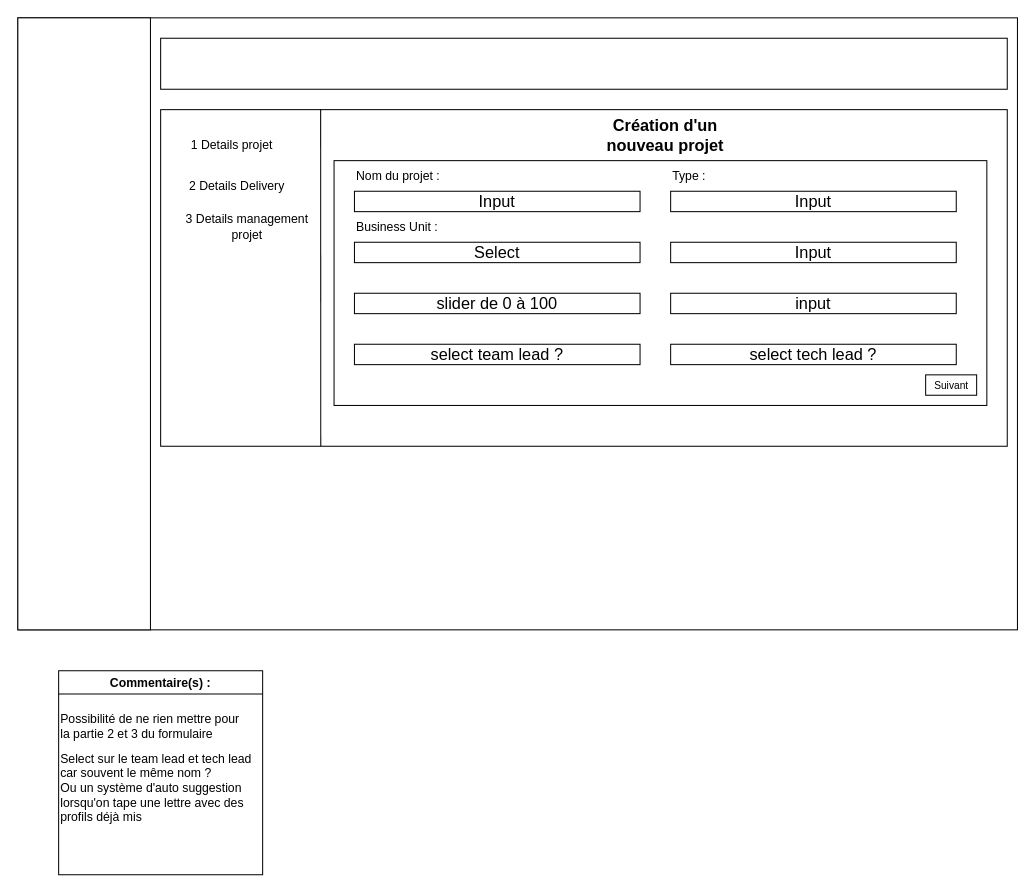
Before: page "Ajout projet form" (1 of 5) of Untitled Diagram.drawio in Xurama/Test, a draw.io diagram. Source tidied: cells renumbered, new cells numbered last; positions are measured from the earlier drawing's top-left corner, leaving out a move shared by most shapes. Both pictures are drawn from the tidied source at 102%, with x=0, y=0 at pixel (17, 17).
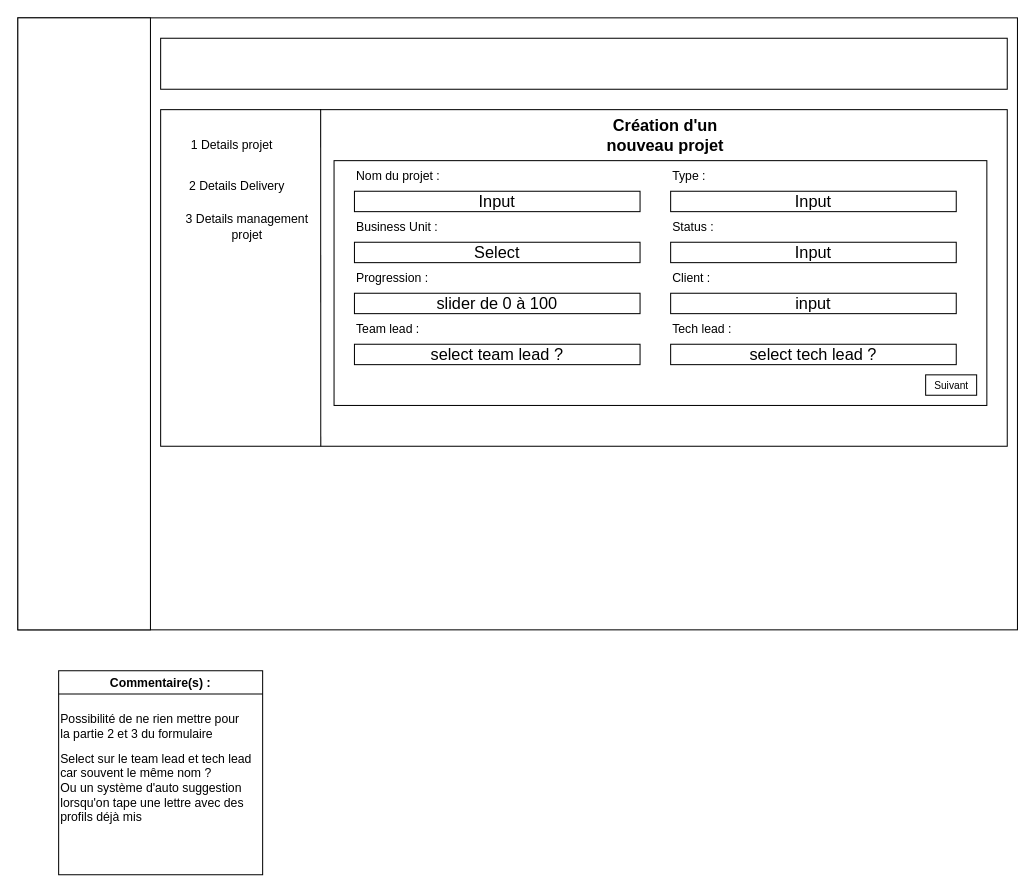
The same page after the edit.

Commit message:
Ajout projet + delivery

Change to the diagram source:
```diff
@@
+    <mxCell id="28" value="Status :" style="text;html=1;strokeColor=none;fillColor=none;align=left;verticalAlign=middle;whiteSpace=wrap;rounded=0;fontSize=12;" parent="1" vertex="1">
+      <mxGeometry x="640" y="190" width="90" height="30" as="geometry" />
+    </mxCell>
+    <mxCell id="29" value="Progression :" style="text;html=1;strokeColor=none;fillColor=none;align=left;verticalAlign=middle;whiteSpace=wrap;rounded=0;fontSize=12;" parent="1" vertex="1">
+      <mxGeometry x="330" y="240" width="90" height="30" as="geometry" />
+    </mxCell>
+    <mxCell id="30" value="Client :" style="text;html=1;strokeColor=none;fillColor=none;align=left;verticalAlign=middle;whiteSpace=wrap;rounded=0;fontSize=12;" parent="1" vertex="1">
+      <mxGeometry x="640" y="240" width="90" height="30" as="geometry" />
+    </mxCell>
+    <mxCell id="31" value="Team lead :" style="text;html=1;strokeColor=none;fillColor=none;align=left;verticalAlign=middle;whiteSpace=wrap;rounded=0;fontSize=12;" parent="1" vertex="1">
+      <mxGeometry x="330" y="290" width="90" height="30" as="geometry" />
+    </mxCell>
+    <mxCell id="32" value="Tech lead :" style="text;html=1;strokeColor=none;fillColor=none;align=left;verticalAlign=middle;whiteSpace=wrap;rounded=0;fontSize=12;" parent="1" vertex="1">
+      <mxGeometry x="640" y="290" width="90" height="30" as="geometry" />
+    </mxCell>
```
